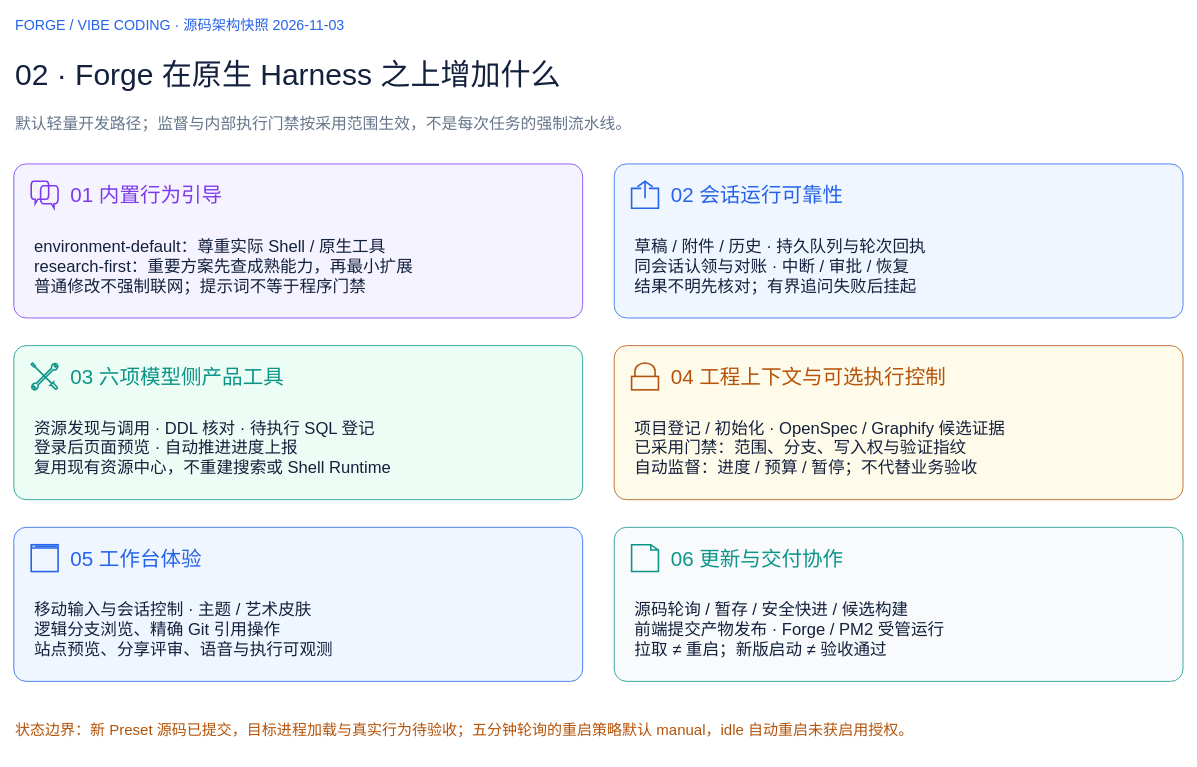
This is page "02 · Forge 在原生 Harness 之上增加什么" (2 of 2) of docs/diagrams/ForgeVibeCoding运行架构.drawio from exception-coder/kai-toolbox, a draw.io file, before an edit. Source tidied: cells renumbered, new cells numbered last; positions are measured from the earlier drawing's top-left corner, leaving out a move shared by most shapes. Both pictures are drawn from the tidied source at 79%, with x=0, y=0 at pixel (13, 13).
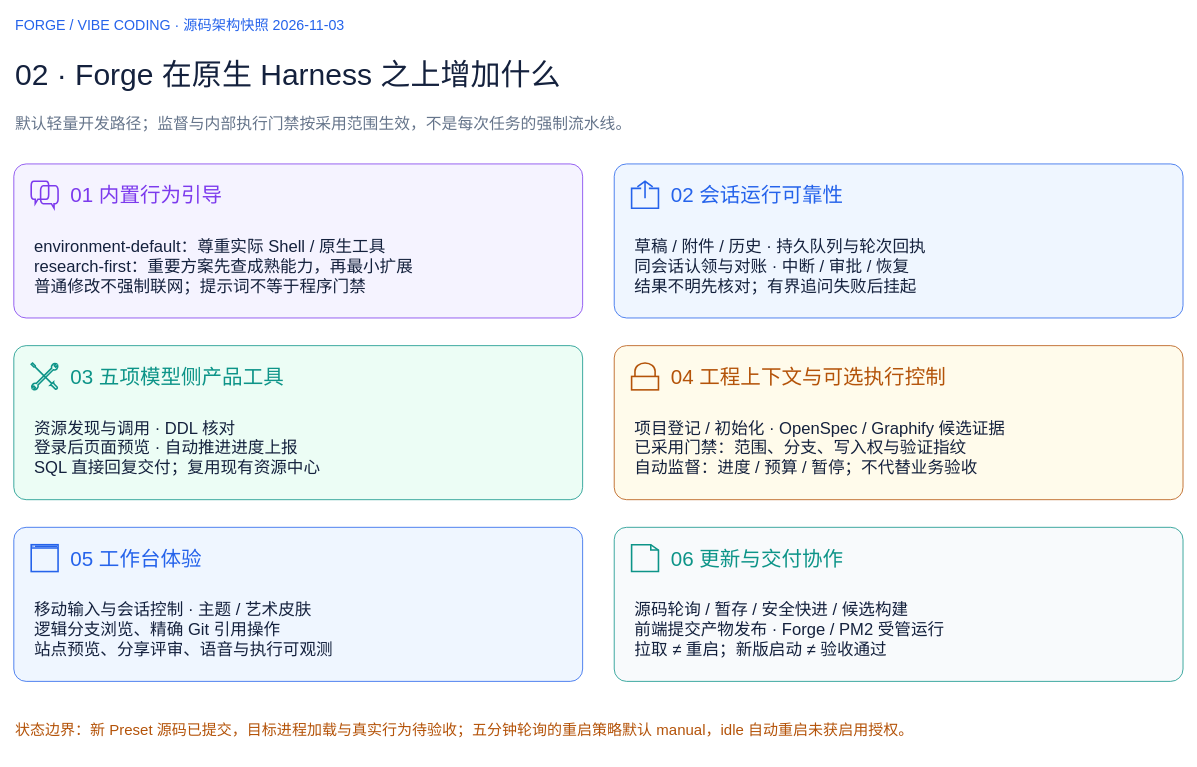
The same diagram, later.

Diff of the diagram source:
```diff
@@
-    <mxCell id="15" value="03  六项模型侧产品工具" style="fontFamily=Microsoft YaHei;html=0;whiteSpace=wrap;text;strokeColor=none;fillColor=none;align=left;verticalAlign=middle;fontSize=26;fontColor=#0D9488;" parent="1" vertex="1">
+    <mxCell id="15" value="03  五项模型侧产品工具" style="fontFamily=Microsoft YaHei;html=0;whiteSpace=wrap;text;strokeColor=none;fillColor=none;align=left;verticalAlign=middle;fontSize=26;fontColor=#0D9488;" parent="1" vertex="1">
       <mxGeometry x="70" y="435" width="630" height="50" as="geometry" />
     </mxCell>
-    <mxCell id="16" value="资源发现与调用 · DDL 核对 · 待执行 SQL 登记&#10;登录后页面预览 · 自动推进进度上报&#10;复用现有资源中心，不重建搜索或 Shell Runtime" style="fontFamily=Microsoft YaHei;html=0;whiteSpace=wrap;text;strokeColor=none;fillColor=none;align=left;verticalAlign=middle;fontSize=21;fontColor=#14213D;" parent="1" vertex="1">
+    <mxCell id="16" value="资源发现与调用 · DDL 核对&#10;登录后页面预览 · 自动推进进度上报&#10;SQL 直接回复交付；复用现有资源中心" style="fontFamily=Microsoft YaHei;html=0;whiteSpace=wrap;text;strokeColor=none;fillColor=none;align=left;verticalAlign=middle;fontSize=21;fontColor=#14213D;" parent="1" vertex="1">
       <mxGeometry x="24" y="496" width="672" height="105" as="geometry" />
     </mxCell>
```
